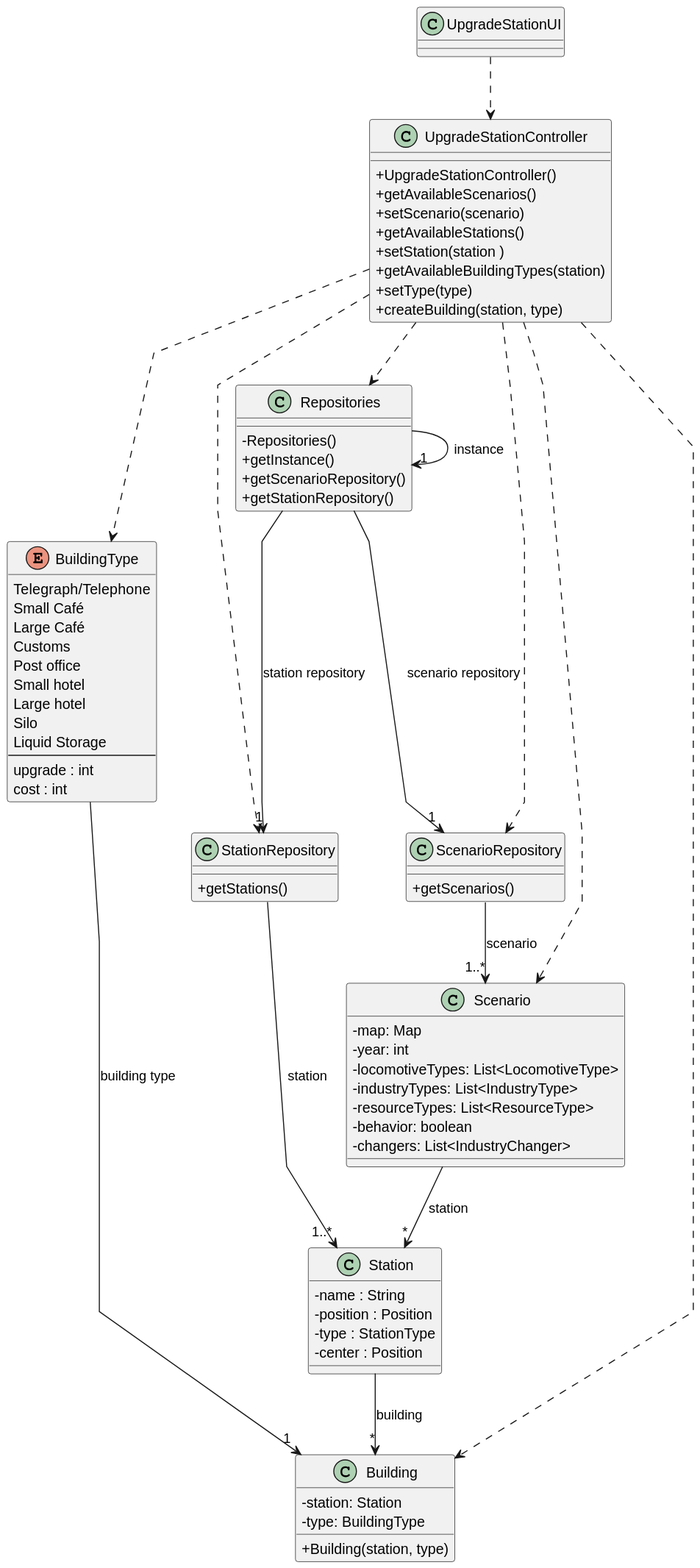
Above: Sprint2/US006/03.design/svg/US006-CD.svg in 1240935/pi2-railway-simulator (PlantUML), before the change.
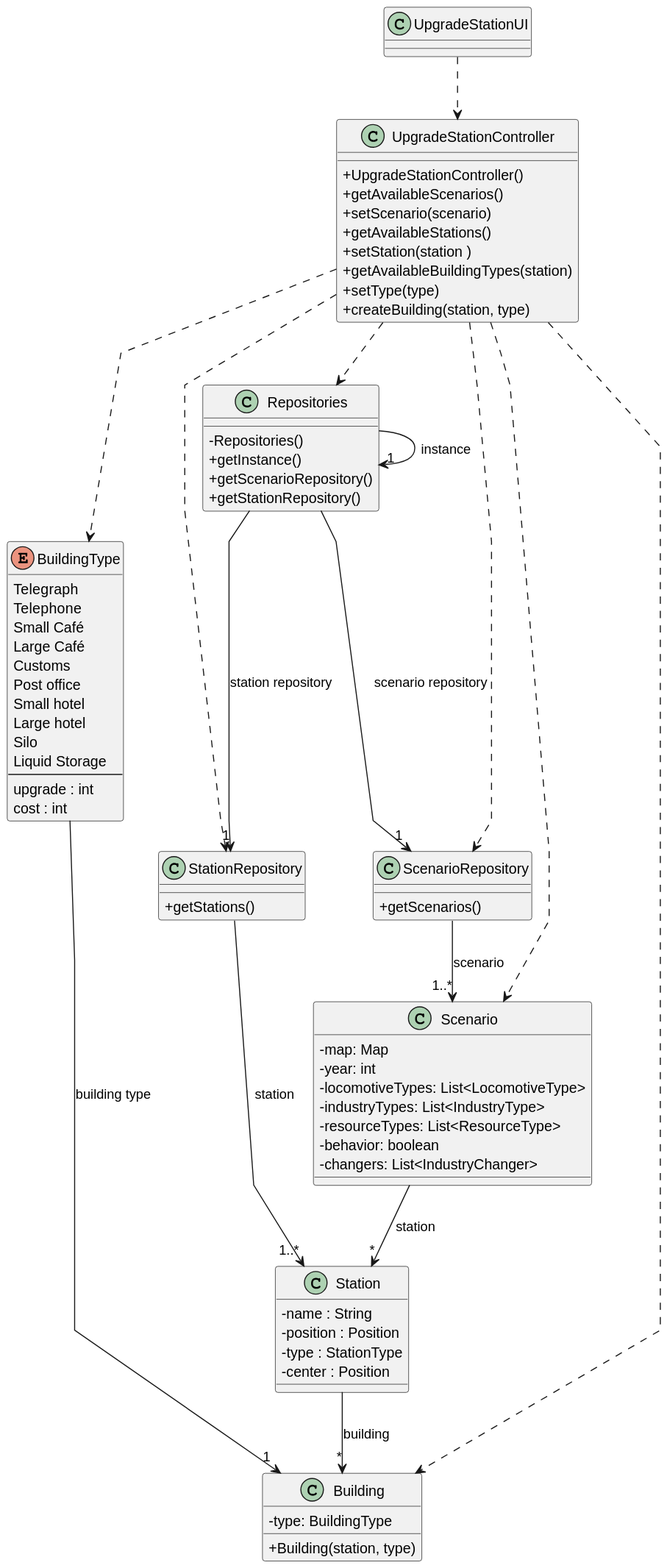
After the change.

Diff of the diagram source:
```diff
@@ -36,7 +36,8 @@
 }
 
 enum BuildingType {
-    Telegraph/Telephone
+    Telegraph
+    Telephone
     Small Café
     Large Café
     Customs
@@ -51,7 +52,6 @@
 }
 
 class Building {
-    -station: Station
     -type: BuildingType
     + Building(station, type)
 }
```
